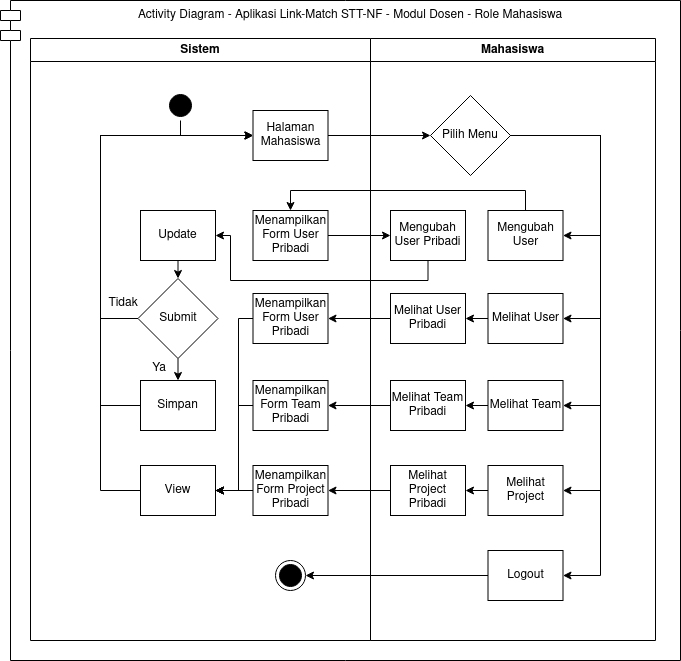
Before: 1. Skripsi/Gambar/Gambar 4.11 Activity Diagram Role Mahasiswa.png, a diagram exported from draw.io (mazharrasyad/Tugas-Akhir-S1). Source tidied: cells renumbered, new cells last; positions are measured from the earlier drawing's top-left corner, leaving out a move shared by most shapes.
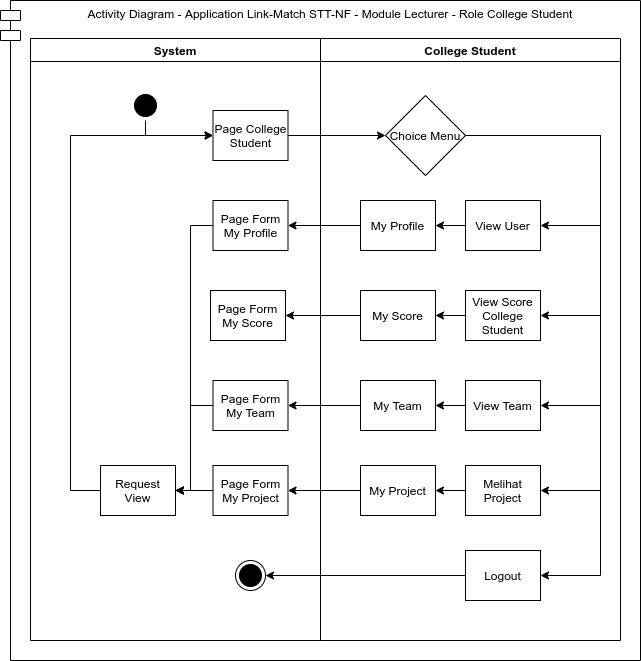
Above is the later version.

What changed in the source:
```diff
@@ -2,125 +2,43 @@
   <root>
     <mxCell id="0" />
     <mxCell id="1" parent="0" />
-    <mxCell id="2" value="Activity Diagram - Aplikasi Link-Match STT-NF - Modul Dosen - Role Mahasiswa" style="shape=module;align=left;spacingLeft=20;align=center;verticalAlign=top;strokeColor=#000000;" parent="1" vertex="1">
-      <mxGeometry width="680" height="660" as="geometry" />
+    <mxCell id="2" value="Activity Diagram - Application Link-Match STT-NF - Module Lecturer - Role College Student" style="shape=module;align=left;spacingLeft=20;align=center;verticalAlign=top;strokeColor=#000000;" parent="1" vertex="1">
+      <mxGeometry width="640" height="660" as="geometry" />
     </mxCell>
-    <mxCell id="3" value="Mahasiswa" style="swimlane;whiteSpace=wrap;" parent="1" vertex="1">
-      <mxGeometry x="370" y="38" width="285" height="602" as="geometry" />
+    <mxCell id="3" value="College Student" style="swimlane;whiteSpace=wrap;startSize=23;" parent="1" vertex="1">
+      <mxGeometry x="320" y="38" width="300" height="602" as="geometry" />
     </mxCell>
-    <mxCell id="4" value="Sistem" style="swimlane;whiteSpace=wrap;swimlaneLine=1;" parent="1" vertex="1">
-      <mxGeometry x="30" y="38" width="340" height="602" as="geometry" />
+    <mxCell id="4" value="System" style="swimlane;whiteSpace=wrap;swimlaneLine=1;startSize=23;" parent="1" vertex="1">
+      <mxGeometry x="30" y="38" width="290" height="602" as="geometry" />
     </mxCell>
-    <mxCell id="5" value="Pilih Menu" style="rhombus;whiteSpace=wrap;html=1;strokeColor=#000000;" parent="4" vertex="1">
-      <mxGeometry x="400" y="57" width="80" height="80" as="geometry" />
-    </mxCell>
-    <mxCell id="6" value="Mengubah User" style="html=1;whiteSpace=wrap;" parent="4" vertex="1">
-      <mxGeometry x="457.5" y="172" width="75" height="50" as="geometry" />
-    </mxCell>
-    <mxCell id="7" style="edgeStyle=orthogonalEdgeStyle;rounded=0;jettySize=auto;html=1;exitX=1;exitY=0.5;exitDx=0;exitDy=0;entryX=1;entryY=0.5;entryDx=0;entryDy=0;" parent="4" edge="1" source="5" target="6">
-      <mxGeometry relative="1" as="geometry">
-        <Array as="points">
-          <mxPoint x="570" y="97" />
-          <mxPoint x="570" y="197" />
-        </Array>
-      </mxGeometry>
-    </mxCell>
-    <mxCell id="8" value="Melihat Team" style="html=1;whiteSpace=wrap;" parent="4" vertex="1">
-      <mxGeometry x="457.5" y="342" width="75" height="50" as="geometry" />
+    <mxCell id="8" value="View Team" style="html=1;whiteSpace=wrap;" parent="4" vertex="1">
+      <mxGeometry x="435" y="342" width="75" height="50" as="geometry" />
     </mxCell>
-    <mxCell id="9" style="edgeStyle=orthogonalEdgeStyle;rounded=0;jettySize=auto;html=1;exitX=1;exitY=0.5;exitDx=0;exitDy=0;entryX=1;entryY=0.5;entryDx=0;entryDy=0;" parent="4" edge="1" source="5" target="8">
-      <mxGeometry relative="1" as="geometry">
-        <Array as="points">
-          <mxPoint x="570" y="97" />
-          <mxPoint x="570" y="367" />
-        </Array>
-      </mxGeometry>
-    </mxCell>
     <mxCell id="10" value="Melihat Project" style="html=1;whiteSpace=wrap;" parent="4" vertex="1">
-      <mxGeometry x="457.5" y="427" width="75" height="50" as="geometry" />
+      <mxGeometry x="435" y="427" width="75" height="50" as="geometry" />
     </mxCell>
-    <mxCell id="11" style="edgeStyle=orthogonalEdgeStyle;rounded=0;jettySize=auto;html=1;exitX=1;exitY=0.5;exitDx=0;exitDy=0;entryX=1;entryY=0.5;entryDx=0;entryDy=0;" parent="4" edge="1" source="5" target="10">
-      <mxGeometry relative="1" as="geometry">
-        <Array as="points">
-          <mxPoint x="570" y="97" />
-          <mxPoint x="570" y="452" />
-        </Array>
-      </mxGeometry>
-    </mxCell>
-    <mxCell id="12" value="Tidak" style="text;html=1;strokeColor=none;fillColor=none;align=center;verticalAlign=middle;whiteSpace=wrap;rounded=0;" parent="4" vertex="1">
-      <mxGeometry x="82" y="255" width="22.2" height="20" as="geometry" />
-    </mxCell>
-    <mxCell id="13" value="Melihat Team Pribadi" style="html=1;whiteSpace=wrap;" parent="4" vertex="1">
-      <mxGeometry x="360" y="342" width="75" height="50" as="geometry" />
-    </mxCell>
-    <mxCell id="14" style="edgeStyle=orthogonalEdgeStyle;rounded=0;jettySize=auto;html=1;exitX=0;exitY=0.5;exitDx=0;exitDy=0;entryX=1;entryY=0.5;entryDx=0;entryDy=0;" parent="4" edge="1" source="8" target="13">
-      <mxGeometry relative="1" as="geometry" />
-    </mxCell>
-    <mxCell id="15" value="Melihat Project Pribadi" style="html=1;whiteSpace=wrap;" parent="4" vertex="1">
-      <mxGeometry x="360" y="427" width="75" height="50" as="geometry" />
-    </mxCell>
-    <mxCell id="16" style="edgeStyle=orthogonalEdgeStyle;rounded=0;jettySize=auto;html=1;exitX=0;exitY=0.5;exitDx=0;exitDy=0;" parent="4" edge="1" source="10" target="15">
-      <mxGeometry relative="1" as="geometry" />
-    </mxCell>
     <mxCell id="17" value="Logout" style="html=1;whiteSpace=wrap;" parent="4" vertex="1">
-      <mxGeometry x="457.5" y="512" width="75" height="50" as="geometry" />
+      <mxGeometry x="435" y="512" width="75" height="50" as="geometry" />
     </mxCell>
-    <mxCell id="18" style="edgeStyle=orthogonalEdgeStyle;rounded=0;jettySize=auto;html=1;exitX=1;exitY=0.5;exitDx=0;exitDy=0;entryX=1;entryY=0.5;entryDx=0;entryDy=0;" parent="4" edge="1" source="5" target="17">
-      <mxGeometry relative="1" as="geometry">
-        <Array as="points">
-          <mxPoint x="570" y="97" />
-          <mxPoint x="570" y="537" />
-        </Array>
-      </mxGeometry>
-    </mxCell>
-    <mxCell id="19" value="Melihat User" style="html=1;whiteSpace=wrap;" parent="4" vertex="1">
-      <mxGeometry x="457.5" y="255" width="75" height="50" as="geometry" />
-    </mxCell>
-    <mxCell id="20" style="edgeStyle=orthogonalEdgeStyle;rounded=0;jettySize=auto;html=1;exitX=1;exitY=0.5;exitDx=0;exitDy=0;entryX=1;entryY=0.5;entryDx=0;entryDy=0;" parent="4" edge="1" source="5" target="19">
-      <mxGeometry relative="1" as="geometry">
-        <Array as="points">
-          <mxPoint x="570" y="97" />
-          <mxPoint x="570" y="280" />
-        </Array>
-      </mxGeometry>
-    </mxCell>
-    <mxCell id="21" value="Melihat User Pribadi" style="html=1;whiteSpace=wrap;" parent="4" vertex="1">
-      <mxGeometry x="360" y="255" width="75" height="50" as="geometry" />
-    </mxCell>
-    <mxCell id="22" style="edgeStyle=orthogonalEdgeStyle;rounded=0;jettySize=auto;html=1;exitX=0;exitY=0.5;exitDx=0;exitDy=0;" parent="4" edge="1" source="19" target="21">
-      <mxGeometry relative="1" as="geometry" />
-    </mxCell>
-    <mxCell id="23" value="Mengubah User Pribadi" style="html=1;whiteSpace=wrap;" parent="4" vertex="1">
-      <mxGeometry x="360" y="172" width="75" height="50" as="geometry" />
-    </mxCell>
-    <mxCell id="24" style="edgeStyle=orthogonalEdgeStyle;rounded=0;jettySize=auto;html=1;exitX=1;exitY=0.5;exitDx=0;exitDy=0;entryX=0;entryY=0.5;entryDx=0;entryDy=0;" parent="4" edge="1" source="28" target="5">
-      <mxGeometry relative="1" as="geometry" />
-    </mxCell>
-    <mxCell id="25" style="edgeStyle=orthogonalEdgeStyle;rounded=0;jettySize=auto;html=1;exitX=0;exitY=0.5;exitDx=0;exitDy=0;entryX=1;entryY=0.5;entryDx=0;entryDy=0;" parent="4" edge="1" source="13" target="35">
-      <mxGeometry relative="1" as="geometry" />
-    </mxCell>
     <mxCell id="26" style="edgeStyle=orthogonalEdgeStyle;rounded=0;jettySize=auto;html=1;exitX=0;exitY=0.5;exitDx=0;exitDy=0;entryX=1;entryY=0.5;entryDx=0;entryDy=0;" parent="4" edge="1" source="17" target="27">
       <mxGeometry relative="1" as="geometry" />
     </mxCell>
     <mxCell id="27" style="ellipse;html=1;shape=endState;fillColor=#000000;" parent="4" vertex="1">
-      <mxGeometry x="245" y="522" width="30" height="30" as="geometry" />
+      <mxGeometry x="205" y="522" width="30" height="30" as="geometry" />
     </mxCell>
-    <mxCell id="28" value="Halaman Mahasiswa" style="html=1;whiteSpace=wrap;" parent="4" vertex="1">
-      <mxGeometry x="222.5" y="72" width="75" height="50" as="geometry" />
+    <mxCell id="28" value="Page College Student" style="html=1;whiteSpace=wrap;" parent="4" vertex="1">
+      <mxGeometry x="182.5" y="72" width="75" height="50" as="geometry" />
     </mxCell>
-    <mxCell id="29" value="Menampilkan Form User Pribadi" style="html=1;whiteSpace=wrap;" parent="4" vertex="1">
-      <mxGeometry x="222.5" y="172" width="75" height="50" as="geometry" />
-    </mxCell>
     <mxCell id="30" style="edgeStyle=orthogonalEdgeStyle;rounded=0;jettySize=auto;html=1;exitX=0;exitY=0.5;exitDx=0;exitDy=0;entryX=0;entryY=0.5;entryDx=0;entryDy=0;" parent="4" edge="1" source="31" target="28">
       <mxGeometry relative="1" as="geometry">
         <Array as="points">
-          <mxPoint x="70" y="452" />
-          <mxPoint x="70" y="97" />
+          <mxPoint x="40" y="452" />
+          <mxPoint x="40" y="97" />
         </Array>
       </mxGeometry>
     </mxCell>
-    <mxCell id="31" value="View" style="html=1;whiteSpace=wrap;" parent="4" vertex="1">
-      <mxGeometry x="110" y="427" width="75" height="50" as="geometry" />
+    <mxCell id="31" value="Request View" style="html=1;whiteSpace=wrap;" parent="4" vertex="1">
+      <mxGeometry x="70" y="427" width="75" height="50" as="geometry" />
     </mxCell>
     <mxCell id="32" style="edgeStyle=orthogonalEdgeStyle;rounded=0;jettySize=auto;html=1;exitX=0;exitY=0.5;exitDx=0;exitDy=0;entryX=1;entryY=0.5;entryDx=0;entryDy=0;" parent="4" edge="1" source="33" target="31">
       <mxGeometry relative="1" as="geometry">
@@ -130,103 +48,139 @@
         </Array>
       </mxGeometry>
     </mxCell>
-    <mxCell id="33" value="Menampilkan Form Project Pribadi" style="html=1;whiteSpace=wrap;" parent="4" vertex="1">
-      <mxGeometry x="222.5" y="427" width="75" height="50" as="geometry" />
+    <mxCell id="33" value="Page Form My Project" style="html=1;whiteSpace=wrap;" parent="4" vertex="1">
+      <mxGeometry x="182.5" y="427" width="75" height="50" as="geometry" />
     </mxCell>
     <mxCell id="34" style="edgeStyle=orthogonalEdgeStyle;rounded=0;jettySize=auto;html=1;entryX=1;entryY=0.5;entryDx=0;entryDy=0;" parent="4" edge="1" source="35" target="31">
       <mxGeometry relative="1" as="geometry">
         <Array as="points">
-          <mxPoint x="208" y="367" />
-          <mxPoint x="208" y="452" />
+          <mxPoint x="160" y="367" />
+          <mxPoint x="160" y="452" />
         </Array>
       </mxGeometry>
     </mxCell>
-    <mxCell id="35" value="Menampilkan Form Team Pribadi" style="html=1;whiteSpace=wrap;" parent="4" vertex="1">
-      <mxGeometry x="222.5" y="342" width="75" height="50" as="geometry" />
+    <mxCell id="35" value="Page Form My Team" style="html=1;whiteSpace=wrap;" parent="4" vertex="1">
+      <mxGeometry x="182.5" y="342" width="75" height="50" as="geometry" />
     </mxCell>
     <mxCell id="36" style="edgeStyle=orthogonalEdgeStyle;rounded=0;jettySize=auto;html=1;exitX=0;exitY=0.5;exitDx=0;exitDy=0;entryX=1;entryY=0.5;entryDx=0;entryDy=0;" parent="4" edge="1" source="37" target="31">
       <mxGeometry relative="1" as="geometry">
         <Array as="points">
-          <mxPoint x="208" y="280" />
-          <mxPoint x="208" y="452" />
+          <mxPoint x="160" y="187" />
+          <mxPoint x="160" y="452" />
         </Array>
       </mxGeometry>
     </mxCell>
-    <mxCell id="37" value="Menampilkan Form User Pribadi" style="html=1;whiteSpace=wrap;" parent="4" vertex="1">
-      <mxGeometry x="222.5" y="255" width="75" height="50" as="geometry" />
+    <mxCell id="37" value="Page Form My Profile" style="html=1;whiteSpace=wrap;" parent="4" vertex="1">
+      <mxGeometry x="182.5" y="162" width="75" height="50" as="geometry" />
     </mxCell>
     <mxCell id="38" style="edgeStyle=orthogonalEdgeStyle;rounded=0;jettySize=auto;html=1;exitX=0;exitY=0.5;exitDx=0;exitDy=0;entryX=1;entryY=0.5;entryDx=0;entryDy=0;" parent="4" edge="1" source="35" target="31">
       <mxGeometry relative="1" as="geometry">
         <Array as="points">
-          <mxPoint x="208" y="367" />
-          <mxPoint x="208" y="452" />
+          <mxPoint x="160" y="367" />
+          <mxPoint x="160" y="452" />
         </Array>
       </mxGeometry>
     </mxCell>
-    <mxCell id="39" style="edgeStyle=orthogonalEdgeStyle;rounded=0;jettySize=auto;html=1;exitX=0;exitY=0.5;exitDx=0;exitDy=0;entryX=0;entryY=0.5;entryDx=0;entryDy=0;" parent="4" edge="1" source="40" target="28">
-      <mxGeometry relative="1" as="geometry">
-        <Array as="points">
-          <mxPoint x="70" y="280" />
-          <mxPoint x="70" y="97" />
-        </Array>
-      </mxGeometry>
-    </mxCell>
-    <mxCell id="40" value="Submit" style="rhombus;whiteSpace=wrap;html=1;strokeColor=#000000;" parent="4" vertex="1">
-      <mxGeometry x="107.5" y="240" width="80" height="80" as="geometry" />
-    </mxCell>
-    <mxCell id="41" style="edgeStyle=orthogonalEdgeStyle;rounded=0;jettySize=auto;html=1;exitX=0;exitY=0.5;exitDx=0;exitDy=0;entryX=1;entryY=0.5;entryDx=0;entryDy=0;" parent="4" edge="1" source="21" target="37">
-      <mxGeometry relative="1" as="geometry" />
-    </mxCell>
-    <mxCell id="42" style="edgeStyle=orthogonalEdgeStyle;rounded=0;jettySize=auto;html=1;exitX=0;exitY=0.5;exitDx=0;exitDy=0;entryX=1;entryY=0.5;entryDx=0;entryDy=0;" parent="4" edge="1" source="15" target="33">
-      <mxGeometry relative="1" as="geometry" />
-    </mxCell>
-    <mxCell id="43" style="edgeStyle=orthogonalEdgeStyle;rounded=0;jettySize=auto;html=1;exitX=0.5;exitY=1;exitDx=0;exitDy=0;entryX=0.5;entryY=0;entryDx=0;entryDy=0;" parent="4" edge="1" source="44" target="40">
-      <mxGeometry relative="1" as="geometry" />
-    </mxCell>
-    <mxCell id="44" value="Update" style="html=1;whiteSpace=wrap;" parent="4" vertex="1">
-      <mxGeometry x="110" y="172" width="75" height="50" as="geometry" />
-    </mxCell>
-    <mxCell id="45" style="edgeStyle=orthogonalEdgeStyle;rounded=0;jettySize=auto;html=1;exitX=0.5;exitY=0;exitDx=0;exitDy=0;entryX=0.5;entryY=0;entryDx=0;entryDy=0;" parent="4" edge="1" source="6" target="29">
-      <mxGeometry relative="1" as="geometry" />
-    </mxCell>
-    <mxCell id="46" style="edgeStyle=orthogonalEdgeStyle;rounded=0;jettySize=auto;html=1;exitX=1;exitY=0.5;exitDx=0;exitDy=0;" parent="4" edge="1" source="29" target="23">
-      <mxGeometry relative="1" as="geometry" />
-    </mxCell>
-    <mxCell id="47" style="edgeStyle=orthogonalEdgeStyle;rounded=0;jettySize=auto;html=1;exitX=0.5;exitY=1;exitDx=0;exitDy=0;entryX=1;entryY=0.5;entryDx=0;entryDy=0;" parent="4" edge="1" source="23" target="44">
-      <mxGeometry relative="1" as="geometry">
-        <Array as="points">
-          <mxPoint x="398" y="242" />
-          <mxPoint x="200" y="242" />
-          <mxPoint x="200" y="197" />
-        </Array>
-      </mxGeometry>
-    </mxCell>
     <mxCell id="48" style="ellipse;html=1;shape=startState;fillColor=#000000;" parent="4" vertex="1">
-      <mxGeometry x="135" y="52" width="30" height="30" as="geometry" />
+      <mxGeometry x="100" y="52" width="30" height="30" as="geometry" />
     </mxCell>
     <mxCell id="49" style="edgeStyle=orthogonalEdgeStyle;rounded=0;jettySize=auto;html=1;exitX=0.5;exitY=1;exitDx=0;exitDy=0;entryX=0;entryY=0.5;entryDx=0;entryDy=0;" parent="4" edge="1" source="48" target="28">
       <mxGeometry relative="1" as="geometry">
         <Array as="points">
-          <mxPoint x="150" y="97" />
+          <mxPoint x="115" y="97" />
         </Array>
       </mxGeometry>
     </mxCell>
-    <mxCell id="50" style="edgeStyle=orthogonalEdgeStyle;rounded=0;jettySize=auto;html=1;exitX=0;exitY=0.5;exitDx=0;exitDy=0;entryX=0;entryY=0.5;entryDx=0;entryDy=0;" parent="4" edge="1" source="51" target="28">
-      <mxGeometry relative="1" as="geometry">
-        <Array as="points">
-          <mxPoint x="70" y="367" />
-          <mxPoint x="70" y="97" />
-        </Array>
-      </mxGeometry>
-    </mxCell>
-    <mxCell id="51" value="Simpan" style="html=1;whiteSpace=wrap;" parent="4" vertex="1">
-      <mxGeometry x="110" y="342" width="75" height="50" as="geometry" />
-    </mxCell>
-    <mxCell id="52" value="Ya" style="text;html=1;strokeColor=none;fillColor=none;align=center;verticalAlign=middle;whiteSpace=wrap;rounded=0;" parent="4" vertex="1">
-      <mxGeometry x="100" y="320" width="57.5" height="20" as="geometry" />
-    </mxCell>
-    <mxCell id="53" style="edgeStyle=orthogonalEdgeStyle;rounded=0;jettySize=auto;html=1;exitX=0.5;exitY=1;exitDx=0;exitDy=0;entryX=0.5;entryY=0;entryDx=0;entryDy=0;" parent="4" edge="1" source="40" target="51">
-      <mxGeometry relative="1" as="geometry" />
-    </mxCell>
+    <mxCell id="19" value="View User" style="html=1;whiteSpace=wrap;" parent="1" vertex="1">
+      <mxGeometry x="465" y="200" width="75" height="50" as="geometry" />
+    </mxCell>
+    <mxCell id="20" style="edgeStyle=orthogonalEdgeStyle;rounded=0;jettySize=auto;html=1;exitX=1;exitY=0.5;exitDx=0;exitDy=0;entryX=1;entryY=0.5;entryDx=0;entryDy=0;" parent="1" edge="1" source="5" target="19">
+      <mxGeometry relative="1" as="geometry">
+        <Array as="points">
+          <mxPoint x="600" y="135" />
+          <mxPoint x="600" y="225" />
+        </Array>
+      </mxGeometry>
+    </mxCell>
+    <mxCell id="22" style="edgeStyle=orthogonalEdgeStyle;rounded=0;jettySize=auto;html=1;exitX=0;exitY=0.5;exitDx=0;exitDy=0;" parent="1" edge="1" source="19" target="21">
+      <mxGeometry relative="1" as="geometry" />
+    </mxCell>
+    <mxCell id="41" style="edgeStyle=orthogonalEdgeStyle;rounded=0;jettySize=auto;html=1;exitX=0;exitY=0.5;exitDx=0;exitDy=0;entryX=1;entryY=0.5;entryDx=0;entryDy=0;" parent="1" edge="1" source="21" target="37">
+      <mxGeometry relative="1" as="geometry" />
+    </mxCell>
+    <mxCell id="54" value="View Score College Student" style="html=1;whiteSpace=wrap;" parent="1" vertex="1">
+      <mxGeometry x="465" y="290" width="75" height="50" as="geometry" />
+    </mxCell>
+    <mxCell id="55" style="endArrow=classic;html=1;entryX=1;entryY=0.5;entryDx=0;entryDy=0;exitX=1;exitY=0.5;exitDx=0;exitDy=0;rounded=0;" parent="1" edge="1" source="5" target="54">
+      <mxGeometry relative="1" as="geometry">
+        <Array as="points">
+          <mxPoint x="600" y="135" />
+          <mxPoint x="600" y="315" />
+        </Array>
+      </mxGeometry>
+    </mxCell>
+    <mxCell id="5" value="Choice Menu" style="rhombus;whiteSpace=wrap;html=1;strokeColor=#000000;" parent="1" vertex="1">
+      <mxGeometry x="385" y="95" width="80" height="80" as="geometry" />
+    </mxCell>
+    <mxCell id="24" style="edgeStyle=orthogonalEdgeStyle;rounded=0;jettySize=auto;html=1;exitX=1;exitY=0.5;exitDx=0;exitDy=0;entryX=0;entryY=0.5;entryDx=0;entryDy=0;" parent="1" edge="1" source="28" target="5">
+      <mxGeometry relative="1" as="geometry" />
+    </mxCell>
+    <mxCell id="18" style="edgeStyle=orthogonalEdgeStyle;rounded=0;jettySize=auto;html=1;exitX=1;exitY=0.5;exitDx=0;exitDy=0;entryX=1;entryY=0.5;entryDx=0;entryDy=0;" parent="1" edge="1" source="5" target="17">
+      <mxGeometry relative="1" as="geometry">
+        <Array as="points">
+          <mxPoint x="600" y="135" />
+          <mxPoint x="600" y="575" />
+        </Array>
+      </mxGeometry>
+    </mxCell>
+    <mxCell id="11" style="edgeStyle=orthogonalEdgeStyle;rounded=0;jettySize=auto;html=1;exitX=1;exitY=0.5;exitDx=0;exitDy=0;entryX=1;entryY=0.5;entryDx=0;entryDy=0;" parent="1" edge="1" source="5" target="10">
+      <mxGeometry relative="1" as="geometry">
+        <Array as="points">
+          <mxPoint x="600" y="135" />
+          <mxPoint x="600" y="490" />
+        </Array>
+      </mxGeometry>
+    </mxCell>
+    <mxCell id="9" style="edgeStyle=orthogonalEdgeStyle;rounded=0;jettySize=auto;html=1;exitX=1;exitY=0.5;exitDx=0;exitDy=0;entryX=1;entryY=0.5;entryDx=0;entryDy=0;" parent="1" edge="1" source="5" target="8">
+      <mxGeometry relative="1" as="geometry">
+        <Array as="points">
+          <mxPoint x="600" y="135" />
+          <mxPoint x="600" y="405" />
+        </Array>
+      </mxGeometry>
+    </mxCell>
+    <mxCell id="21" value="My Profile" style="html=1;whiteSpace=wrap;" parent="1" vertex="1">
+      <mxGeometry x="360" y="200" width="75" height="50" as="geometry" />
+    </mxCell>
+    <mxCell id="56" value="My Score" style="html=1;whiteSpace=wrap;" parent="1" vertex="1">
+      <mxGeometry x="360" y="290" width="75" height="50" as="geometry" />
+    </mxCell>
+    <mxCell id="13" value="My Team" style="html=1;whiteSpace=wrap;" parent="1" vertex="1">
+      <mxGeometry x="360" y="380" width="75" height="50" as="geometry" />
+    </mxCell>
+    <mxCell id="25" style="edgeStyle=orthogonalEdgeStyle;rounded=0;jettySize=auto;html=1;exitX=0;exitY=0.5;exitDx=0;exitDy=0;entryX=1;entryY=0.5;entryDx=0;entryDy=0;" parent="1" edge="1" source="13" target="35">
+      <mxGeometry relative="1" as="geometry" />
+    </mxCell>
+    <mxCell id="15" value="My Project" style="html=1;whiteSpace=wrap;" parent="1" vertex="1">
+      <mxGeometry x="360" y="465" width="75" height="50" as="geometry" />
+    </mxCell>
+    <mxCell id="14" style="edgeStyle=orthogonalEdgeStyle;rounded=0;jettySize=auto;html=1;exitX=0;exitY=0.5;exitDx=0;exitDy=0;entryX=1;entryY=0.5;entryDx=0;entryDy=0;" parent="1" edge="1" source="8" target="13">
+      <mxGeometry relative="1" as="geometry" />
+    </mxCell>
+    <mxCell id="42" style="edgeStyle=orthogonalEdgeStyle;rounded=0;jettySize=auto;html=1;exitX=0;exitY=0.5;exitDx=0;exitDy=0;entryX=1;entryY=0.5;entryDx=0;entryDy=0;" parent="1" edge="1" source="15" target="33">
+      <mxGeometry relative="1" as="geometry" />
+    </mxCell>
+    <mxCell id="16" style="edgeStyle=orthogonalEdgeStyle;rounded=0;jettySize=auto;html=1;exitX=0;exitY=0.5;exitDx=0;exitDy=0;" parent="1" edge="1" source="10" target="15">
+      <mxGeometry relative="1" as="geometry" />
+    </mxCell>
+    <mxCell id="57" style="endArrow=classic;html=1;entryX=1;entryY=0.5;entryDx=0;entryDy=0;exitX=0;exitY=0.5;exitDx=0;exitDy=0;" parent="1" edge="1" source="54" target="56">
+      <mxGeometry relative="1" as="geometry" />
+    </mxCell>
+    <mxCell id="58" value="Page Form My Score" style="html=1;whiteSpace=wrap;" parent="1" vertex="1">
+      <mxGeometry x="210" y="290" width="75" height="50" as="geometry" />
+    </mxCell>
+    <mxCell id="59" style="endArrow=classic;html=1;entryX=1;entryY=0.5;entryDx=0;entryDy=0;exitX=0;exitY=0.5;exitDx=0;exitDy=0;" parent="1" edge="1" source="56" target="58">
+      <mxGeometry relative="1" as="geometry" />
+    </mxCell>
   </root>
 </mxGraphModel>
```
